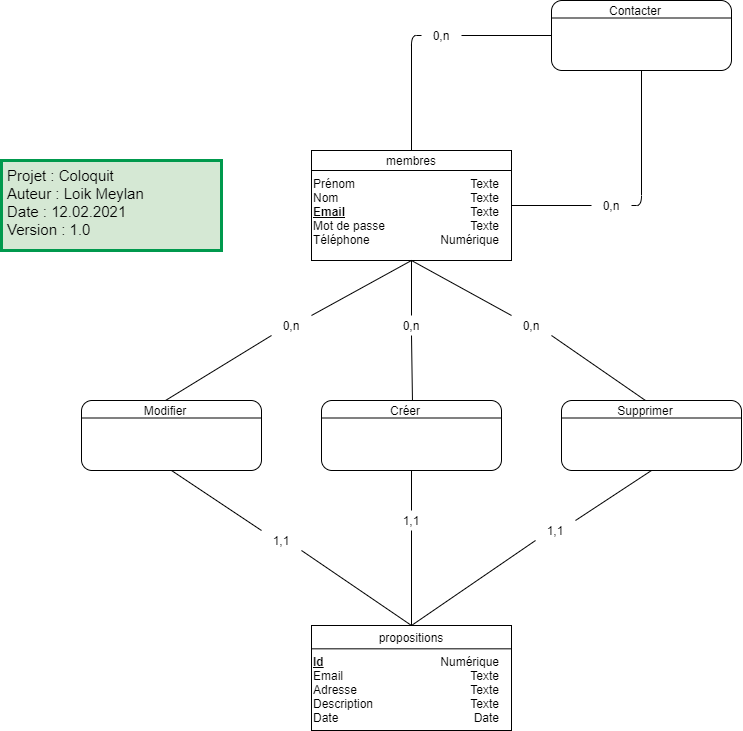
Beusis/Projet-WEB keeps this draw.io diagram as MCD-Coloquit.png. Above is the earlier version. Source tidied: cells renumbered, new cells last; positions are measured from the earlier drawing's top-left corner, leaving out a move shared by most shapes.
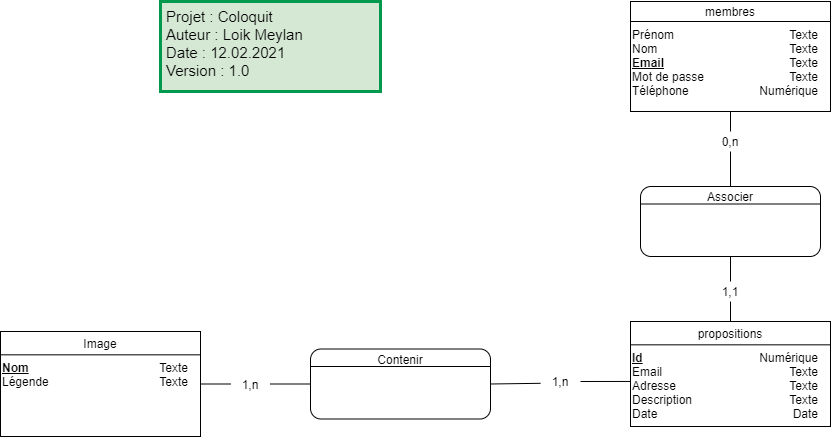
After the change.

Commit message:
Update MCD-Coloquit

Diff of the diagram source:
```diff
@@ -3,7 +3,7 @@
     <mxCell id="0" />
     <mxCell id="1" parent="0" />
     <mxCell id="2" style="group;" parent="1" vertex="1">
-      <mxGeometry x="310" y="625" width="200" height="105" as="geometry" />
+      <mxGeometry x="470" y="480" width="200" height="105" as="geometry" />
     </mxCell>
     <mxCell id="3" value="&lt;div style=&quot;box-sizing: border-box ; width: 100% ; padding: 2px&quot;&gt;&lt;br&gt;&lt;/div&gt;" style="verticalAlign=top;align=center;overflow=fill;html=1;rounded=0;shadow=0;comic=0;labelBackgroundColor=none;strokeColor=#000000;strokeWidth=1;fillColor=#ffffff;fontFamily=Verdana;fontSize=12;fontColor=#000000;" parent="2" vertex="1">
       <mxGeometry width="200" height="105" as="geometry" />
@@ -20,20 +20,8 @@
     <mxCell id="7" value="Projet : Coloquit&lt;br&gt;Auteur : Loik Meylan&lt;br&gt;Date : 12.02.2021&lt;br&gt;Version : 1.0" style="rounded=0;whiteSpace=wrap;html=1;align=left;fontSize=15;verticalAlign=top;fillColor=#d5e8d4;strokeWidth=3;strokeColor=#00994D;spacingLeft=4;" parent="1" vertex="1">
       <mxGeometry y="160" width="220" height="90" as="geometry" />
     </mxCell>
-    <mxCell id="8" style="group;" parent="1" vertex="1">
-      <mxGeometry x="550" width="180" height="70" as="geometry" />
-    </mxCell>
-    <mxCell id="9" value="&lt;div style=&quot;box-sizing: border-box ; width: 100% ; padding: 2px&quot;&gt;&lt;br&gt;&lt;/div&gt;" style="verticalAlign=top;align=center;overflow=fill;html=1;rounded=1;shadow=0;comic=0;labelBackgroundColor=none;strokeColor=#000000;strokeWidth=1;fillColor=#ffffff;fontFamily=Verdana;fontSize=12;fontColor=#000000;" parent="8" vertex="1">
-      <mxGeometry width="180" height="70" as="geometry" />
-    </mxCell>
-    <mxCell id="10" style="endArrow=none;html=1;entryX=1;entryY=0.25;entryDx=0;entryDy=0;exitX=0;exitY=0.25;exitDx=0;exitDy=0;" parent="8" edge="1" source="9" target="9">
-      <mxGeometry relative="1" as="geometry" />
-    </mxCell>
-    <mxCell id="11" value="Contacter" style="text;html=1;strokeColor=none;fillColor=none;align=center;verticalAlign=middle;whiteSpace=wrap;rounded=0;" parent="8" vertex="1">
-      <mxGeometry x="24" width="120" height="20" as="geometry" />
-    </mxCell>
     <mxCell id="12" style="group;" parent="1" vertex="1">
-      <mxGeometry x="310" y="150" width="200" height="110" as="geometry" />
+      <mxGeometry x="470" y="160" width="200" height="110" as="geometry" />
     </mxCell>
     <mxCell id="13" value="&lt;div style=&quot;box-sizing: border-box ; width: 100% ; padding: 2px&quot;&gt;&lt;br&gt;&lt;/div&gt;" style="verticalAlign=top;align=center;overflow=fill;html=1;rounded=0;shadow=0;comic=0;labelBackgroundColor=none;strokeColor=#000000;strokeWidth=1;fillColor=#ffffff;fontFamily=Verdana;fontSize=12;fontColor=#000000;" parent="12" vertex="1">
       <mxGeometry width="200" height="110" as="geometry" />
@@ -47,32 +35,8 @@
     <mxCell id="16" value="Texte&lt;br&gt;Texte&lt;br&gt;Texte&lt;br&gt;Texte&lt;br&gt;Numérique" style="text;html=1;strokeColor=none;fillColor=none;align=right;verticalAlign=top;whiteSpace=wrap;rounded=0;" parent="12" vertex="1">
       <mxGeometry x="90" y="20" width="100" height="60" as="geometry" />
     </mxCell>
-    <mxCell id="17" style="group;" parent="1" vertex="1">
-      <mxGeometry x="320" y="400" width="180" height="70" as="geometry" />
-    </mxCell>
-    <mxCell id="18" value="&lt;div style=&quot;box-sizing: border-box ; width: 100% ; padding: 2px&quot;&gt;&lt;br&gt;&lt;/div&gt;" style="verticalAlign=top;align=center;overflow=fill;html=1;rounded=1;shadow=0;comic=0;labelBackgroundColor=none;strokeColor=#000000;strokeWidth=1;fillColor=#ffffff;fontFamily=Verdana;fontSize=12;fontColor=#000000;" parent="17" vertex="1">
-      <mxGeometry width="180" height="70" as="geometry" />
-    </mxCell>
-    <mxCell id="19" style="endArrow=none;html=1;entryX=1;entryY=0.25;entryDx=0;entryDy=0;exitX=0;exitY=0.25;exitDx=0;exitDy=0;" parent="17" edge="1" source="18" target="18">
-      <mxGeometry relative="1" as="geometry" />
-    </mxCell>
-    <mxCell id="20" value="Créer" style="text;html=1;strokeColor=none;fillColor=none;align=center;verticalAlign=middle;whiteSpace=wrap;rounded=0;" parent="17" vertex="1">
-      <mxGeometry x="24" width="120" height="20" as="geometry" />
-    </mxCell>
-    <mxCell id="21" style="group;" parent="1" vertex="1">
-      <mxGeometry x="560" y="400" width="180" height="70" as="geometry" />
-    </mxCell>
-    <mxCell id="22" value="&lt;div style=&quot;box-sizing: border-box ; width: 100% ; padding: 2px&quot;&gt;&lt;br&gt;&lt;/div&gt;" style="verticalAlign=top;align=center;overflow=fill;html=1;rounded=1;shadow=0;comic=0;labelBackgroundColor=none;strokeColor=#000000;strokeWidth=1;fillColor=#ffffff;fontFamily=Verdana;fontSize=12;fontColor=#000000;" parent="21" vertex="1">
-      <mxGeometry width="180" height="70" as="geometry" />
-    </mxCell>
-    <mxCell id="23" style="endArrow=none;html=1;entryX=1;entryY=0.25;entryDx=0;entryDy=0;exitX=0;exitY=0.25;exitDx=0;exitDy=0;" parent="21" edge="1" source="22" target="22">
-      <mxGeometry relative="1" as="geometry" />
-    </mxCell>
-    <mxCell id="24" value="Supprimer" style="text;html=1;strokeColor=none;fillColor=none;align=center;verticalAlign=middle;whiteSpace=wrap;rounded=0;" parent="21" vertex="1">
-      <mxGeometry x="24" width="120" height="20" as="geometry" />
-    </mxCell>
     <mxCell id="25" style="group;" parent="1" vertex="1">
-      <mxGeometry x="80" y="400" width="180" height="70" as="geometry" />
+      <mxGeometry x="480" y="345" width="180" height="70" as="geometry" />
     </mxCell>
     <mxCell id="26" value="&lt;div style=&quot;box-sizing: border-box ; width: 100% ; padding: 2px&quot;&gt;&lt;br&gt;&lt;/div&gt;" style="verticalAlign=top;align=center;overflow=fill;html=1;rounded=1;shadow=0;comic=0;labelBackgroundColor=none;strokeColor=#000000;strokeWidth=1;fillColor=#ffffff;fontFamily=Verdana;fontSize=12;fontColor=#000000;" parent="25" vertex="1">
       <mxGeometry width="180" height="70" as="geometry" />
@@ -80,88 +44,71 @@
     <mxCell id="27" style="endArrow=none;html=1;entryX=1;entryY=0.25;entryDx=0;entryDy=0;exitX=0;exitY=0.25;exitDx=0;exitDy=0;" parent="25" edge="1" source="26" target="26">
       <mxGeometry relative="1" as="geometry" />
     </mxCell>
-    <mxCell id="28" value="Modifier" style="text;html=1;strokeColor=none;fillColor=none;align=center;verticalAlign=middle;whiteSpace=wrap;rounded=0;" parent="25" vertex="1">
-      <mxGeometry x="24" width="120" height="20" as="geometry" />
+    <mxCell id="28" value="Associer" style="text;html=1;strokeColor=none;fillColor=none;align=center;verticalAlign=middle;whiteSpace=wrap;rounded=0;" parent="25" vertex="1">
+      <mxGeometry x="30" width="120" height="20" as="geometry" />
     </mxCell>
-    <mxCell id="29" style="endArrow=none;html=1;entryX=0.5;entryY=1;entryDx=0;entryDy=0;exitX=0.5;exitY=0;exitDx=0;exitDy=0;" parent="1" edge="1" source="42" target="13">
-      <mxGeometry relative="1" as="geometry" />
-    </mxCell>
-    <mxCell id="30" style="endArrow=none;html=1;entryX=0.5;entryY=1;entryDx=0;entryDy=0;exitX=1;exitY=0;exitDx=0;exitDy=0;" parent="1" edge="1" source="43" target="13">
-      <mxGeometry relative="1" as="geometry" />
-    </mxCell>
-    <mxCell id="31" style="endArrow=none;html=1;entryX=0.5;entryY=1;entryDx=0;entryDy=0;exitX=0;exitY=0;exitDx=0;exitDy=0;" parent="1" edge="1" source="45" target="13">
-      <mxGeometry relative="1" as="geometry" />
-    </mxCell>
-    <mxCell id="32" style="endArrow=none;html=1;entryX=0.5;entryY=1;entryDx=0;entryDy=0;exitX=0;exitY=0;exitDx=0;exitDy=0;" parent="1" edge="1" source="51" target="26">
-      <mxGeometry relative="1" as="geometry" />
-    </mxCell>
-    <mxCell id="33" style="endArrow=none;html=1;entryX=0.5;entryY=1;entryDx=0;entryDy=0;exitX=0.5;exitY=0;exitDx=0;exitDy=0;" parent="1" edge="1" source="47" target="18">
-      <mxGeometry relative="1" as="geometry" />
-    </mxCell>
-    <mxCell id="34" style="endArrow=none;html=1;entryX=0.5;entryY=1;entryDx=0;entryDy=0;exitX=1;exitY=0;exitDx=0;exitDy=0;" parent="1" edge="1" source="49" target="22">
-      <mxGeometry relative="1" as="geometry" />
-    </mxCell>
-    <mxCell id="35" style="endArrow=none;html=1;entryX=0.5;entryY=0;entryDx=0;entryDy=0;exitX=0;exitY=0.5;exitDx=0;exitDy=0;" parent="1" edge="1" source="37" target="14">
-      <mxGeometry relative="1" as="geometry">
-        <Array as="points">
-          <mxPoint x="410" y="35" />
-        </Array>
-      </mxGeometry>
-    </mxCell>
-    <mxCell id="36" style="endArrow=none;html=1;entryX=0.5;entryY=1;entryDx=0;entryDy=0;exitX=1;exitY=0.5;exitDx=0;exitDy=0;" parent="1" edge="1" source="39" target="9">
-      <mxGeometry relative="1" as="geometry">
-        <Array as="points">
-          <mxPoint x="640" y="205" />
-        </Array>
-      </mxGeometry>
-    </mxCell>
-    <mxCell id="37" value="0,n" style="text;html=1;strokeColor=none;fillColor=none;align=center;verticalAlign=middle;whiteSpace=wrap;rounded=0;" parent="1" vertex="1">
-      <mxGeometry x="420" y="25" width="40" height="20" as="geometry" />
-    </mxCell>
-    <mxCell id="38" style="endArrow=none;html=1;entryX=1;entryY=0.5;entryDx=0;entryDy=0;exitX=0;exitY=0.5;exitDx=0;exitDy=0;" parent="1" edge="1" source="9" target="37">
-      <mxGeometry relative="1" as="geometry" />
-    </mxCell>
-    <mxCell id="39" value="0,n" style="text;html=1;strokeColor=none;fillColor=none;align=center;verticalAlign=middle;whiteSpace=wrap;rounded=0;" parent="1" vertex="1">
-      <mxGeometry x="590" y="195" width="40" height="20" as="geometry" />
-    </mxCell>
-    <mxCell id="40" style="endArrow=none;html=1;entryX=0;entryY=0.5;entryDx=0;entryDy=0;exitX=1;exitY=0.5;exitDx=0;exitDy=0;" parent="1" edge="1" source="13" target="39">
-      <mxGeometry relative="1" as="geometry" />
-    </mxCell>
-    <mxCell id="41" style="endArrow=none;html=1;entryX=0.5;entryY=1;entryDx=0;entryDy=0;exitX=0.558;exitY=0;exitDx=0;exitDy=0;exitPerimeter=0;" parent="1" edge="1" source="20" target="42">
-      <mxGeometry relative="1" as="geometry" />
-    </mxCell>
-    <mxCell id="42" value="0,n" style="text;html=1;strokeColor=none;fillColor=none;align=center;verticalAlign=middle;whiteSpace=wrap;rounded=0;" parent="1" vertex="1">
-      <mxGeometry x="390" y="315" width="40" height="20" as="geometry" />
-    </mxCell>
-    <mxCell id="43" value="0,n" style="text;html=1;strokeColor=none;fillColor=none;align=center;verticalAlign=middle;whiteSpace=wrap;rounded=0;" parent="1" vertex="1">
-      <mxGeometry x="270" y="315" width="40" height="20" as="geometry" />
-    </mxCell>
-    <mxCell id="44" style="endArrow=none;html=1;entryX=0;entryY=1;entryDx=0;entryDy=0;exitX=0.5;exitY=0;exitDx=0;exitDy=0;" parent="1" edge="1" source="28" target="43">
-      <mxGeometry relative="1" as="geometry" />
-    </mxCell>
-    <mxCell id="45" value="0,n" style="text;html=1;strokeColor=none;fillColor=none;align=center;verticalAlign=middle;whiteSpace=wrap;rounded=0;" parent="1" vertex="1">
-      <mxGeometry x="510" y="315" width="40" height="20" as="geometry" />
-    </mxCell>
-    <mxCell id="46" style="endArrow=none;html=1;entryX=1;entryY=1;entryDx=0;entryDy=0;exitX=0.5;exitY=0;exitDx=0;exitDy=0;" parent="1" edge="1" source="24" target="45">
-      <mxGeometry relative="1" as="geometry" />
-    </mxCell>
-    <mxCell id="47" value="1,1" style="text;html=1;strokeColor=none;fillColor=none;align=center;verticalAlign=middle;whiteSpace=wrap;rounded=0;" parent="1" vertex="1">
-      <mxGeometry x="390" y="510" width="40" height="20" as="geometry" />
-    </mxCell>
-    <mxCell id="48" style="endArrow=none;html=1;entryX=0.5;entryY=1;entryDx=0;entryDy=0;exitX=0.5;exitY=0;exitDx=0;exitDy=0;" parent="1" edge="1" source="4" target="47">
-      <mxGeometry relative="1" as="geometry" />
-    </mxCell>
-    <mxCell id="49" value="1,1" style="text;html=1;strokeColor=none;fillColor=none;align=center;verticalAlign=middle;whiteSpace=wrap;rounded=0;" parent="1" vertex="1">
-      <mxGeometry x="534" y="520" width="40" height="20" as="geometry" />
-    </mxCell>
-    <mxCell id="50" style="endArrow=none;html=1;entryX=0;entryY=1;entryDx=0;entryDy=0;exitX=0.5;exitY=0;exitDx=0;exitDy=0;" parent="1" edge="1" source="4" target="49">
-      <mxGeometry relative="1" as="geometry" />
-    </mxCell>
-    <mxCell id="51" value="1,1" style="text;html=1;strokeColor=none;fillColor=none;align=center;verticalAlign=middle;whiteSpace=wrap;rounded=0;" parent="1" vertex="1">
-      <mxGeometry x="260" y="530" width="40" height="20" as="geometry" />
-    </mxCell>
-    <mxCell id="52" style="endArrow=none;html=1;entryX=1;entryY=1;entryDx=0;entryDy=0;exitX=0.5;exitY=0;exitDx=0;exitDy=0;" parent="1" edge="1" source="4" target="51">
-      <mxGeometry relative="1" as="geometry" />
-    </mxCell>
+    <mxCell id="53" style="endArrow=none;html=1;entryX=0.5;entryY=1;entryDx=0;entryDy=0;exitX=0.5;exitY=0;exitDx=0;exitDy=0;" parent="1" edge="1" source="66" target="13">
+      <mxGeometry relative="1" as="geometry" />
+    </mxCell>
+    <mxCell id="54" style="endArrow=none;html=1;entryX=0.5;entryY=1;entryDx=0;entryDy=0;exitX=0.5;exitY=0;exitDx=0;exitDy=0;" parent="1" edge="1" source="68" target="26">
+      <mxGeometry relative="1" as="geometry" />
+    </mxCell>
+    <mxCell id="55" style="group;" parent="1" vertex="1">
+      <mxGeometry x="-160" y="490" width="200" height="105" as="geometry" />
+    </mxCell>
+    <mxCell id="56" value="&lt;div style=&quot;box-sizing: border-box ; width: 100% ; padding: 2px&quot;&gt;&lt;br&gt;&lt;/div&gt;" style="verticalAlign=top;align=center;overflow=fill;html=1;rounded=0;shadow=0;comic=0;labelBackgroundColor=none;strokeColor=#000000;strokeWidth=1;fillColor=#ffffff;fontFamily=Verdana;fontSize=12;fontColor=#000000;" parent="55" vertex="1">
+      <mxGeometry width="200" height="105" as="geometry" />
+    </mxCell>
+    <mxCell id="57" value="Image" style="rounded=0;whiteSpace=wrap;html=1;" parent="55" vertex="1">
+      <mxGeometry width="200" height="23.3" as="geometry" />
+    </mxCell>
+    <mxCell id="58" value="&lt;u style=&quot;font-weight: bold&quot;&gt;Nom&lt;/u&gt;&lt;br&gt;Légende" style="text;html=1;strokeColor=none;fillColor=none;align=left;verticalAlign=top;whiteSpace=wrap;rounded=0;" parent="55" vertex="1">
+      <mxGeometry y="23.3" width="100" height="70" as="geometry" />
+    </mxCell>
+    <mxCell id="59" value="Texte&lt;br&gt;Texte" style="text;html=1;strokeColor=none;fillColor=none;align=right;verticalAlign=top;whiteSpace=wrap;rounded=0;" parent="55" vertex="1">
+      <mxGeometry x="90" y="23.3" width="100" height="70" as="geometry" />
+    </mxCell>
+    <mxCell id="60" style="group;" parent="1" vertex="1">
+      <mxGeometry x="150" y="507.5" width="180" height="70" as="geometry" />
+    </mxCell>
+    <mxCell id="61" value="&lt;div style=&quot;box-sizing: border-box ; width: 100% ; padding: 2px&quot;&gt;&lt;br&gt;&lt;/div&gt;" style="verticalAlign=top;align=center;overflow=fill;html=1;rounded=1;shadow=0;comic=0;labelBackgroundColor=none;strokeColor=#000000;strokeWidth=1;fillColor=#ffffff;fontFamily=Verdana;fontSize=12;fontColor=#000000;" parent="60" vertex="1">
+      <mxGeometry width="180" height="70" as="geometry" />
+    </mxCell>
+    <mxCell id="62" style="endArrow=none;html=1;entryX=1;entryY=0.25;entryDx=0;entryDy=0;exitX=0;exitY=0.25;exitDx=0;exitDy=0;" parent="60" edge="1" source="61" target="61">
+      <mxGeometry relative="1" as="geometry" />
+    </mxCell>
+    <mxCell id="63" value="Contenir" style="text;html=1;strokeColor=none;fillColor=none;align=center;verticalAlign=middle;whiteSpace=wrap;rounded=0;" parent="60" vertex="1">
+      <mxGeometry x="30" width="120" height="20" as="geometry" />
+    </mxCell>
+    <mxCell id="64" style="endArrow=none;html=1;entryX=0;entryY=0.571;entryDx=0;entryDy=0;exitX=1;exitY=0.5;exitDx=0;exitDy=0;entryPerimeter=0;" parent="1" edge="1" source="72" target="3">
+      <mxGeometry relative="1" as="geometry" />
+    </mxCell>
+    <mxCell id="65" style="endArrow=none;html=1;entryX=0;entryY=0.5;entryDx=0;entryDy=0;exitX=1;exitY=0.5;exitDx=0;exitDy=0;" parent="1" edge="1" source="70" target="61">
+      <mxGeometry relative="1" as="geometry" />
+    </mxCell>
+    <mxCell id="66" value="0,n" style="text;html=1;strokeColor=none;fillColor=none;align=center;verticalAlign=middle;whiteSpace=wrap;rounded=0;" parent="1" vertex="1">
+      <mxGeometry x="550" y="290" width="40" height="20" as="geometry" />
+    </mxCell>
+    <mxCell id="67" style="endArrow=none;html=1;entryX=0.5;entryY=1;entryDx=0;entryDy=0;exitX=0.5;exitY=0;exitDx=0;exitDy=0;" parent="1" edge="1" source="28" target="66">
+      <mxGeometry relative="1" as="geometry" />
+    </mxCell>
+    <mxCell id="68" value="1,1" style="text;html=1;strokeColor=none;fillColor=none;align=center;verticalAlign=middle;whiteSpace=wrap;rounded=0;" parent="1" vertex="1">
+      <mxGeometry x="550" y="440" width="40" height="20" as="geometry" />
+    </mxCell>
+    <mxCell id="69" style="endArrow=none;html=1;entryX=0.5;entryY=1;entryDx=0;entryDy=0;exitX=0.5;exitY=0;exitDx=0;exitDy=0;" parent="1" edge="1" source="4" target="68">
+      <mxGeometry relative="1" as="geometry" />
+    </mxCell>
+    <mxCell id="70" value="1,n" style="text;html=1;strokeColor=none;fillColor=none;align=center;verticalAlign=middle;whiteSpace=wrap;rounded=0;" parent="1" vertex="1">
+      <mxGeometry x="70" y="532.5" width="40" height="20" as="geometry" />
+    </mxCell>
+    <mxCell id="71" style="endArrow=none;html=1;entryX=0;entryY=0.5;entryDx=0;entryDy=0;exitX=1;exitY=0.5;exitDx=0;exitDy=0;" parent="1" edge="1" source="56" target="70">
+      <mxGeometry relative="1" as="geometry" />
+    </mxCell>
+    <mxCell id="72" value="1,n" style="text;html=1;strokeColor=none;fillColor=none;align=center;verticalAlign=middle;whiteSpace=wrap;rounded=0;" parent="1" vertex="1">
+      <mxGeometry x="380" y="530" width="40" height="20" as="geometry" />
+    </mxCell>
+    <mxCell id="73" style="endArrow=none;html=1;entryX=0;entryY=0.59;entryDx=0;entryDy=0;exitX=1;exitY=0.5;exitDx=0;exitDy=0;entryPerimeter=0;" parent="1" edge="1" source="61" target="72">
+      <mxGeometry relative="1" as="geometry" />
+    </mxCell>
   </root>
 </mxGraphModel>
```
